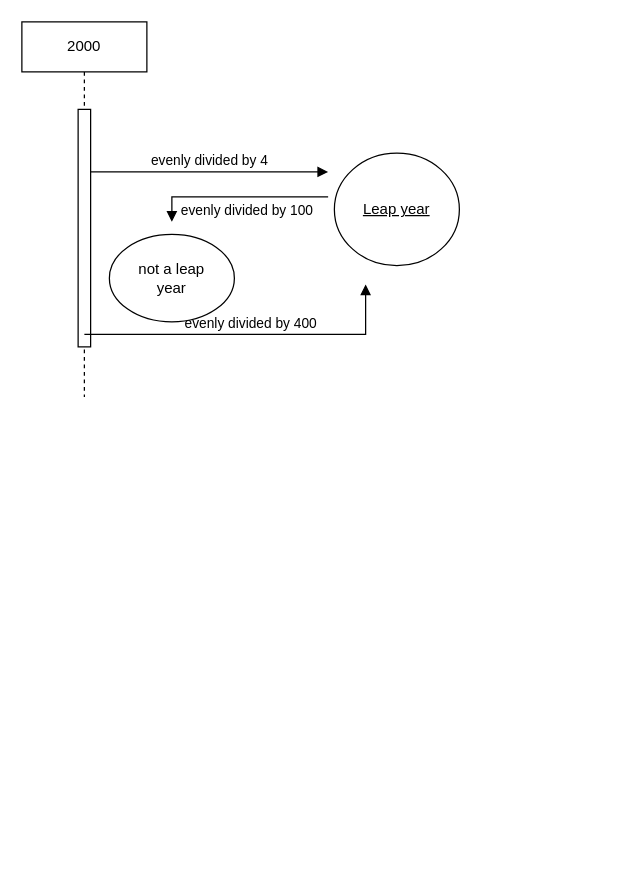
jessicaironwood/practise keeps this draw.io diagram as Nimetön kaavio.drawio. Above is the earlier version. Source tidied: cells renumbered, new cells numbered last; positions are measured from the earlier drawing's top-left corner, leaving out a move shared by most shapes. Both pictures are drawn from the tidied source at 125%, with x=0, y=0 at pixel (21, 21).
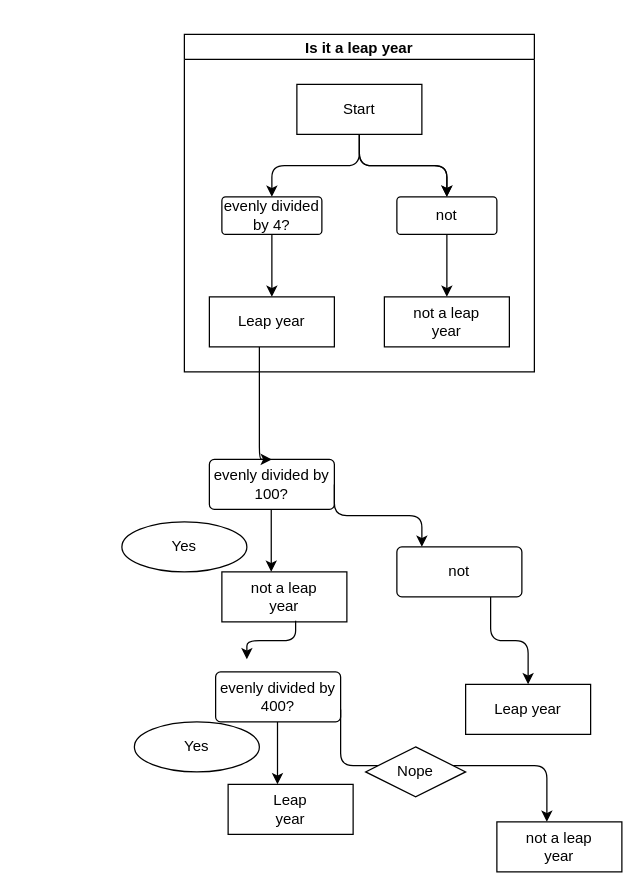
Above is the later version.

Change to the diagram source:
```diff
@@
-    <mxCell id="2" value="2000" style="shape=umlLifeline;perimeter=lifelinePerimeter;whiteSpace=wrap;html=1;newEdgeStyle={&quot;edgeStyle&quot;:&quot;elbowEdgeStyle&quot;,&quot;elbow&quot;:&quot;vertical&quot;,&quot;curved&quot;:0,&quot;rounded&quot;:0};" parent="1" vertex="1">
-      <mxGeometry width="100" height="300" as="geometry" />
-    </mxCell>
-    <mxCell id="3" style="html=1;points=[];perimeter=orthogonalPerimeter;outlineConnect=0;targetShapes=umlLifeline;portConstraint=eastwest;newEdgeStyle={&quot;edgeStyle&quot;:&quot;elbowEdgeStyle&quot;,&quot;elbow&quot;:&quot;vertical&quot;,&quot;curved&quot;:0,&quot;rounded&quot;:0};" parent="2" vertex="1">
-      <mxGeometry x="45" y="70" width="10" height="190" as="geometry" />
-    </mxCell>
-    <mxCell id="4" value="evenly divided by 4" style="html=1;verticalAlign=bottom;endArrow=block;edgeStyle=elbowEdgeStyle;elbow=vertical;curved=0;rounded=0;" parent="1" edge="1" source="3">
-      <mxGeometry relative="1" as="geometry">
-        <mxPoint x="245" y="120" as="targetPoint" />
-        <Array as="points">
-          <mxPoint x="160" y="120" />
-        </Array>
-      </mxGeometry>
-    </mxCell>
-    <mxCell id="5" value="evenly divided by 100" style="html=1;verticalAlign=bottom;endArrow=block;edgeStyle=elbowEdgeStyle;elbow=vertical;curved=0;rounded=0;" parent="1" edge="1">
-      <mxGeometry x="-0.1" y="20" relative="1" as="geometry">
-        <mxPoint x="245" y="140" as="sourcePoint" />
-        <mxPoint x="120" y="160" as="targetPoint" />
-        <Array as="points">
-          <mxPoint x="170" y="140" />
-        </Array>
-      </mxGeometry>
-    </mxCell>
-    <mxCell id="6" value="evenly divided by 400" style="html=1;verticalAlign=bottom;endArrow=block;edgeStyle=elbowEdgeStyle;elbow=vertical;curved=0;rounded=0;" parent="1" edge="1">
-      <mxGeometry relative="1" as="geometry">
-        <mxPoint x="50" y="250" as="sourcePoint" />
-        <mxPoint x="275" y="210" as="targetPoint" />
-        <Array as="points">
-          <mxPoint x="155" y="250" />
-        </Array>
-      </mxGeometry>
-    </mxCell>
-    <mxCell id="7" value="Leap year" style="ellipse;whiteSpace=wrap;html=1;align=center;fontStyle=4;" parent="1" vertex="1">
-      <mxGeometry x="250" y="105" width="100" height="90" as="geometry" />
-    </mxCell>
-    <mxCell id="8" value="not a leap&lt;br&gt;year" style="ellipse;whiteSpace=wrap;html=1;align=center;" parent="1" vertex="1">
-      <mxGeometry x="70" y="170" width="100" height="70" as="geometry" />
-    </mxCell>
+    <mxCell id="9" value="Is it a leap year" style="swimlane;startSize=20;horizontal=1;horizontalTree=0;containerType=tree;fontSize=12;" parent="1" vertex="1">
+      <mxGeometry x="130" y="10" width="280" height="270" as="geometry" />
+    </mxCell>
+    <mxCell id="10" value="Start" style="whiteSpace=wrap;html=1;" parent="9" vertex="1">
+      <mxGeometry x="90" y="40" width="100" height="40" as="geometry" />
+    </mxCell>
+    <mxCell id="11" value="not a leap&lt;br style=&quot;border-color: var(--border-color);&quot;&gt;year" style="whiteSpace=wrap;html=1;" parent="9" vertex="1">
+      <mxGeometry x="160" y="210" width="100" height="40" as="geometry" />
+    </mxCell>
+    <mxCell id="12" style="edgeStyle=elbowEdgeStyle;elbow=vertical;html=1;rounded=1;curved=0;sourcePerimeterSpacing=0;targetPerimeterSpacing=0;startSize=6;endSize=6;" parent="9" edge="1" source="19" target="11">
+      <mxGeometry relative="1" as="geometry" />
+    </mxCell>
+    <mxCell id="13" value="Leap year" style="whiteSpace=wrap;html=1;" parent="9" vertex="1">
+      <mxGeometry x="20" y="210" width="100" height="40" as="geometry" />
+    </mxCell>
+    <mxCell id="14" style="edgeStyle=elbowEdgeStyle;elbow=vertical;html=1;rounded=1;curved=0;sourcePerimeterSpacing=0;targetPerimeterSpacing=0;startSize=6;endSize=6;" parent="9" edge="1" source="16" target="13">
+      <mxGeometry relative="1" as="geometry" />
+    </mxCell>
+    <mxCell id="15" style="edgeStyle=elbowEdgeStyle;elbow=vertical;html=1;rounded=1;curved=0;sourcePerimeterSpacing=0;targetPerimeterSpacing=0;startSize=6;endSize=6;" parent="9" edge="1" source="10" target="16">
+      <mxGeometry relative="1" as="geometry" />
+    </mxCell>
+    <mxCell id="16" value="evenly divided by 4?" style="rounded=1;arcSize=10;whiteSpace=wrap;html=1;align=center;" parent="9" vertex="1">
+      <mxGeometry x="30" y="130" width="80" height="30" as="geometry" />
+    </mxCell>
+    <mxCell id="17" style="edgeStyle=elbowEdgeStyle;elbow=vertical;html=1;rounded=1;curved=0;sourcePerimeterSpacing=0;targetPerimeterSpacing=0;startSize=6;endSize=6;" parent="9" edge="1" source="10" target="19">
+      <mxGeometry relative="1" as="geometry" />
+    </mxCell>
+    <mxCell id="18" style="edgeStyle=elbowEdgeStyle;elbow=vertical;html=1;rounded=1;curved=0;sourcePerimeterSpacing=0;targetPerimeterSpacing=0;startSize=6;endSize=6;" parent="9" edge="1" source="10" target="19">
+      <mxGeometry relative="1" as="geometry" />
+    </mxCell>
+    <mxCell id="19" value="not" style="rounded=1;arcSize=10;whiteSpace=wrap;html=1;align=center;" parent="9" vertex="1">
+      <mxGeometry x="170" y="130" width="80" height="30" as="geometry" />
+    </mxCell>
+    <mxCell id="20" value="evenly divided by 100?" style="rounded=1;arcSize=10;whiteSpace=wrap;html=1;align=center;" parent="1" vertex="1">
+      <mxGeometry x="150" y="350" width="100" height="40" as="geometry" />
+    </mxCell>
+    <mxCell id="21" style="edgeStyle=elbowEdgeStyle;elbow=vertical;html=1;rounded=1;curved=0;sourcePerimeterSpacing=0;targetPerimeterSpacing=0;startSize=6;endSize=6;entryX=0.5;entryY=0;entryDx=0;entryDy=0;" parent="1" edge="1" source="13" target="20">
+      <mxGeometry relative="1" as="geometry">
+        <Array as="points">
+          <mxPoint x="190" y="350" />
+        </Array>
+      </mxGeometry>
+    </mxCell>
+    <mxCell id="22" value="not" style="rounded=1;arcSize=10;whiteSpace=wrap;html=1;align=center;" parent="1" vertex="1">
+      <mxGeometry x="300" y="420" width="100" height="40" as="geometry" />
+    </mxCell>
+    <mxCell id="23" style="edgeStyle=elbowEdgeStyle;elbow=vertical;html=1;rounded=1;curved=0;sourcePerimeterSpacing=0;targetPerimeterSpacing=0;startSize=6;endSize=6;" parent="1" edge="1">
+      <mxGeometry relative="1" as="geometry">
+        <mxPoint x="199.5" y="390" as="sourcePoint" />
+        <mxPoint x="199.5" y="440" as="targetPoint" />
+      </mxGeometry>
+    </mxCell>
+    <mxCell id="24" value="not a leap&lt;br style=&quot;border-color: var(--border-color);&quot;&gt;year" style="whiteSpace=wrap;html=1;" parent="1" vertex="1">
+      <mxGeometry x="160" y="440" width="100" height="40" as="geometry" />
+    </mxCell>
+    <mxCell id="25" style="edgeStyle=elbowEdgeStyle;elbow=vertical;html=1;rounded=1;curved=0;sourcePerimeterSpacing=0;targetPerimeterSpacing=0;startSize=6;endSize=6;" parent="1" edge="1">
+      <mxGeometry relative="1" as="geometry">
+        <mxPoint x="250" y="370" as="sourcePoint" />
+        <mxPoint x="320" y="420" as="targetPoint" />
+      </mxGeometry>
+    </mxCell>
+    <mxCell id="26" value="Leap year" style="whiteSpace=wrap;html=1;" parent="1" vertex="1">
+      <mxGeometry x="355" y="530" width="100" height="40" as="geometry" />
+    </mxCell>
+    <mxCell id="27" style="edgeStyle=elbowEdgeStyle;elbow=vertical;html=1;rounded=1;curved=0;sourcePerimeterSpacing=0;targetPerimeterSpacing=0;startSize=6;endSize=6;exitX=0.75;exitY=1;exitDx=0;exitDy=0;" parent="1" edge="1" source="22" target="26">
+      <mxGeometry relative="1" as="geometry" />
+    </mxCell>
+    <mxCell id="28" value="Yes" style="ellipse;whiteSpace=wrap;html=1;align=center;" parent="1" vertex="1">
+      <mxGeometry x="80" y="400" width="100" height="40" as="geometry" />
+    </mxCell>
+    <mxCell id="29" value="Leap&lt;br style=&quot;border-color: var(--border-color);&quot;&gt;year" style="whiteSpace=wrap;html=1;" parent="1" vertex="1">
+      <mxGeometry x="165" y="610" width="100" height="40" as="geometry" />
+    </mxCell>
+    <mxCell id="30" style="edgeStyle=elbowEdgeStyle;elbow=vertical;html=1;rounded=1;curved=0;sourcePerimeterSpacing=0;targetPerimeterSpacing=0;startSize=6;endSize=6;" parent="1" edge="1">
+      <mxGeometry relative="1" as="geometry">
+        <mxPoint x="204.5" y="560" as="sourcePoint" />
+        <mxPoint x="204.5" y="610" as="targetPoint" />
+      </mxGeometry>
+    </mxCell>
+    <mxCell id="31" value="evenly divided by 400?" style="rounded=1;arcSize=10;whiteSpace=wrap;html=1;align=center;" parent="1" vertex="1">
+      <mxGeometry x="155" y="520" width="100" height="40" as="geometry" />
+    </mxCell>
+    <mxCell id="32" style="edgeStyle=elbowEdgeStyle;elbow=vertical;html=1;rounded=1;curved=0;sourcePerimeterSpacing=0;targetPerimeterSpacing=0;startSize=6;endSize=6;exitX=0.59;exitY=0.975;exitDx=0;exitDy=0;exitPerimeter=0;" parent="1" edge="1" source="24">
+      <mxGeometry relative="1" as="geometry">
+        <mxPoint x="180" y="510" as="targetPoint" />
+      </mxGeometry>
+    </mxCell>
+    <mxCell id="33" value="Yes" style="ellipse;whiteSpace=wrap;html=1;align=center;" parent="1" vertex="1">
+      <mxGeometry x="90" y="560" width="100" height="40" as="geometry" />
+    </mxCell>
+    <mxCell id="34" style="edgeStyle=elbowEdgeStyle;elbow=vertical;html=1;rounded=1;curved=0;sourcePerimeterSpacing=0;targetPerimeterSpacing=0;startSize=6;endSize=6;" parent="1" edge="1">
+      <mxGeometry relative="1" as="geometry">
+        <mxPoint x="255" y="550" as="sourcePoint" />
+        <mxPoint x="420" y="640" as="targetPoint" />
+      </mxGeometry>
+    </mxCell>
+    <mxCell id="35" value="not a leap&lt;br style=&quot;border-color: var(--border-color);&quot;&gt;year" style="whiteSpace=wrap;html=1;" parent="1" vertex="1">
+      <mxGeometry x="380" y="640" width="100" height="40" as="geometry" />
+    </mxCell>
+    <mxCell id="36" value="Nope" style="shape=rhombus;perimeter=rhombusPerimeter;whiteSpace=wrap;html=1;align=center;" parent="1" vertex="1">
+      <mxGeometry x="275" y="580" width="80" height="40" as="geometry" />
+    </mxCell>
```
